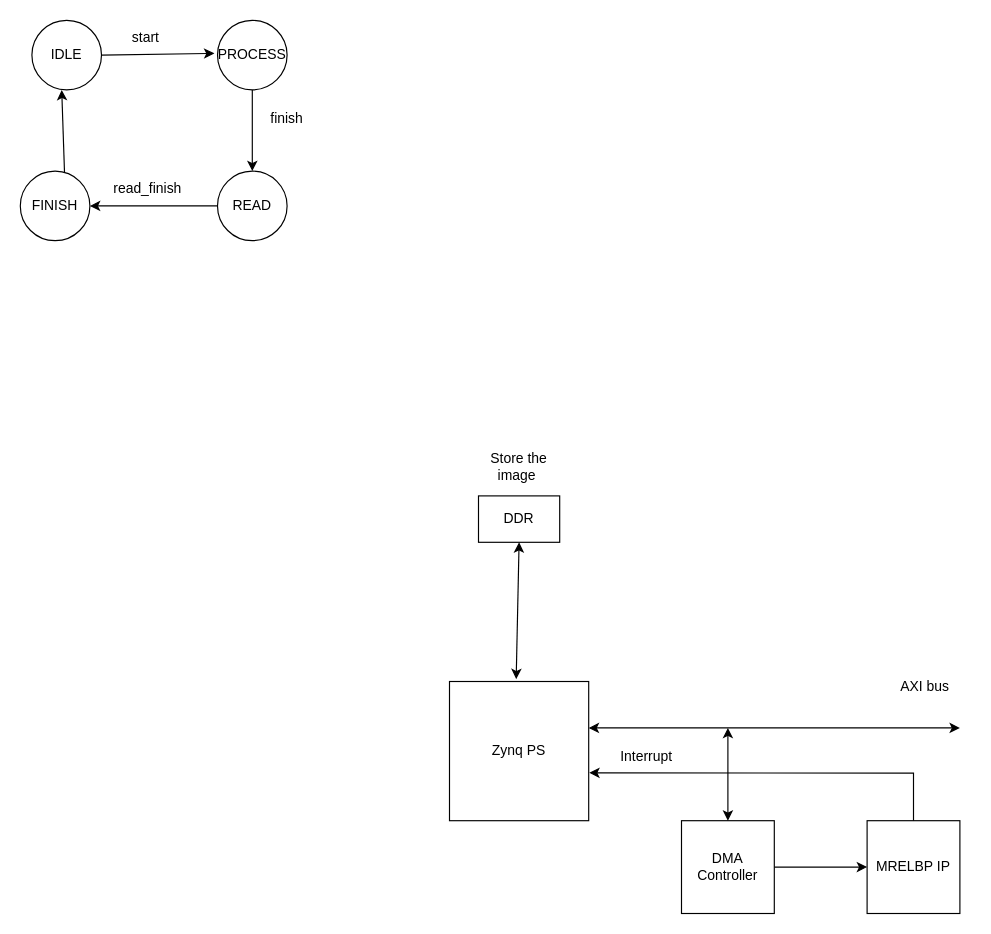
The draw.io diagram Draw/SoC.drawio in Hieuueihm/Thesis, before the edit. Source tidied: cells renumbered, new cells numbered last; positions are measured from the earlier drawing's top-left corner, leaving out a move shared by most shapes. Both pictures are drawn from the tidied source at 116%, with x=0, y=0 at pixel (20, 20).
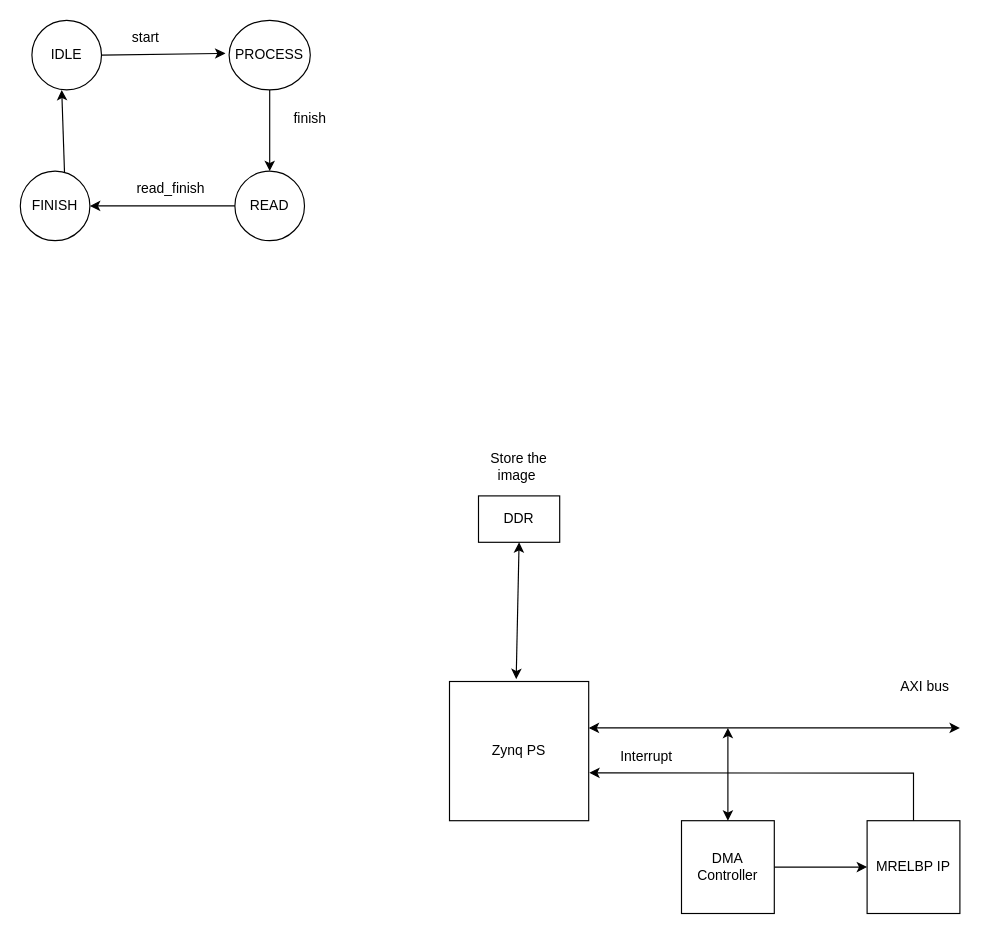
After the change.

Diff of the diagram source:
```diff
@@
     <mxCell id="15" value="PROCESS" style="ellipse;whiteSpace=wrap;html=1;" parent="1" vertex="1">
-      <mxGeometry x="170" width="60" height="60" as="geometry" />
+      <mxGeometry x="180" width="70" height="60" as="geometry" />
     </mxCell>
@@
-    <mxCell id="18" style="endArrow=classic;html=1;rounded=0;exitX=0.5;exitY=1;exitDx=0;exitDy=0;" parent="1" edge="1" source="15">
-      <mxGeometry relative="1" as="geometry">
-        <mxPoint x="200" y="130" as="targetPoint" />
-      </mxGeometry>
+    <mxCell id="18" style="endArrow=classic;html=1;rounded=0;exitX=0.5;exitY=1;exitDx=0;exitDy=0;entryX=0.5;entryY=0;entryDx=0;entryDy=0;" parent="1" edge="1" source="15" target="20">
+      <mxGeometry relative="1" as="geometry" />
     </mxCell>
     <mxCell id="19" value="finish" style="text;html=1;align=center;verticalAlign=middle;whiteSpace=wrap;rounded=0;" parent="1" vertex="1">
-      <mxGeometry x="200" y="70" width="60" height="30" as="geometry" />
+      <mxGeometry x="220" y="70" width="60" height="30" as="geometry" />
     </mxCell>
     <mxCell id="20" value="READ" style="ellipse;whiteSpace=wrap;html=1;" parent="1" vertex="1">
-      <mxGeometry x="170" y="130" width="60" height="60" as="geometry" />
+      <mxGeometry x="185" y="130" width="60" height="60" as="geometry" />
     </mxCell>
@@
     <mxCell id="24" value="read_finish" style="text;html=1;align=center;verticalAlign=middle;whiteSpace=wrap;rounded=0;" parent="1" vertex="1">
-      <mxGeometry x="80" y="130" width="60" height="30" as="geometry" />
+      <mxGeometry x="100" y="130" width="60" height="30" as="geometry" />
     </mxCell>
```
